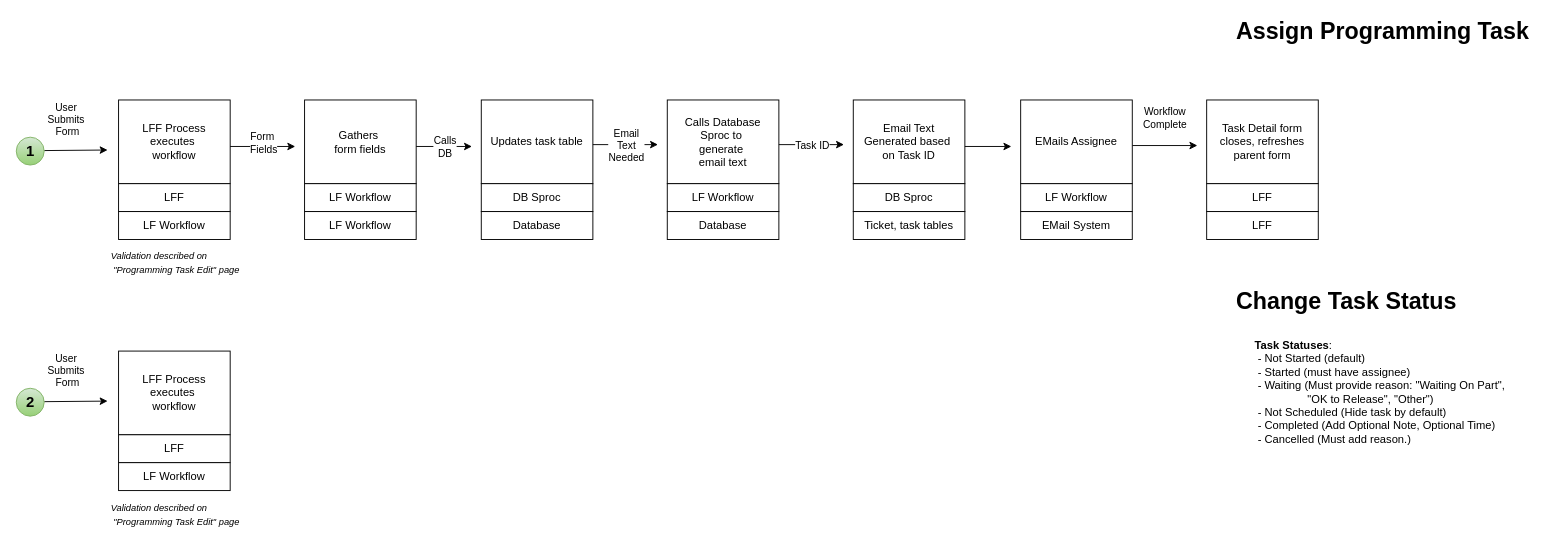
Earlier version of the draw.io diagram page "Assign Task" (3 of 6) of LFForms/MPM/Diagrams/UPN/Metrology Ticket System Processes.drawio (jeffreytwhitney/LFForms). Source tidied: cells renumbered, new cells numbered last; positions are measured from the earlier drawing's top-left corner, leaving out a move shared by most shapes. Both pictures are drawn from the tidied source at 93%, with x=0, y=0 at pixel (16, 16).
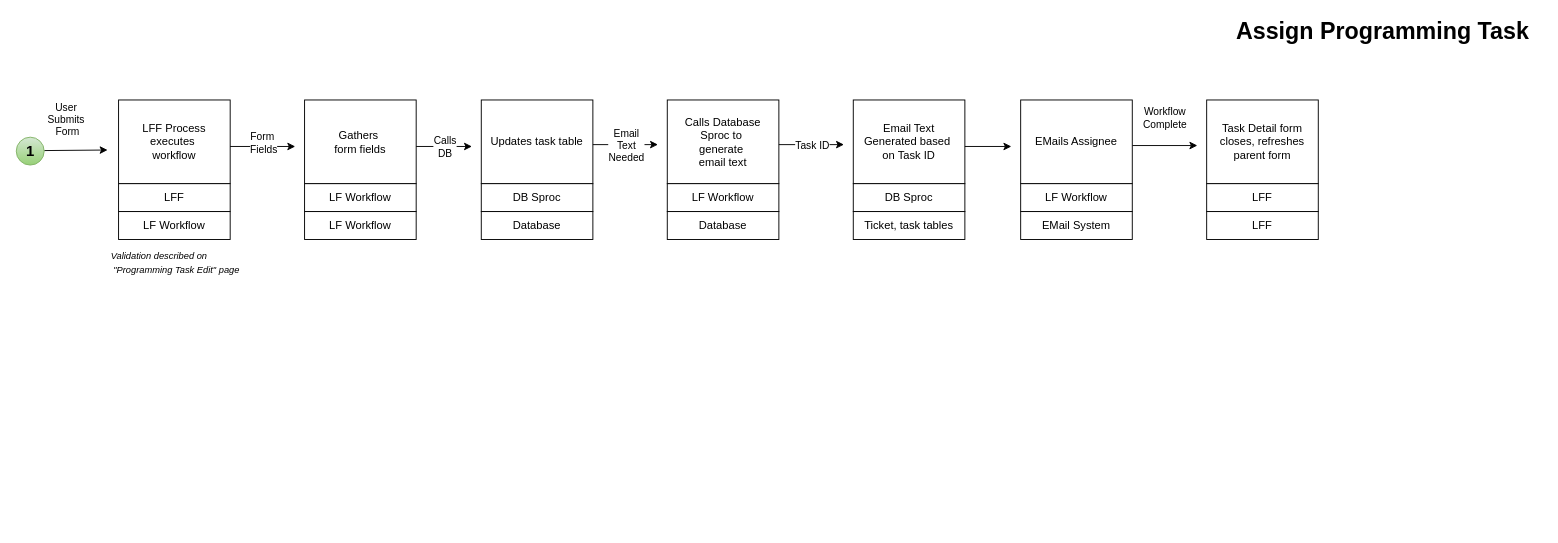
The same page after the edit.

The edit, as a diff of the source:
```diff
@@
-    <mxCell id="48" style="endArrow=classic;html=1;rounded=0;entryX=-0.015;entryY=0.598;entryDx=0;entryDy=0;entryPerimeter=0;" parent="1" edge="1">
-      <mxGeometry relative="1" as="geometry">
-        <mxPoint x="30" y="414.4" as="sourcePoint" />
-        <mxPoint x="98.2" y="413.8" as="targetPoint" />
-      </mxGeometry>
-    </mxCell>
-    <mxCell id="49" value="User&amp;nbsp;&lt;div&gt;Submits&amp;nbsp;&lt;/div&gt;&lt;div&gt;Form&lt;/div&gt;" style="edgeLabel;html=1;align=center;verticalAlign=middle;" parent="48" vertex="1">
-      <mxGeometry x="-0.02" y="-1" relative="1" as="geometry">
-        <mxPoint x="-9" y="-35" as="offset" />
-      </mxGeometry>
-    </mxCell>
-    <mxCell id="50" style="group;" parent="1" vertex="1">
-      <mxGeometry y="400" width="30" height="30" as="geometry" />
-    </mxCell>
-    <mxCell id="51" style="ellipse;whiteSpace=wrap;html=1;fillColor=#d5e8d4;gradientColor=#97d077;strokeColor=#82b366;" parent="50" vertex="1">
-      <mxGeometry width="30" height="30" as="geometry" />
-    </mxCell>
-    <mxCell id="52" value="&lt;font style=&quot;font-size: 16px;&quot;&gt;&lt;b&gt;2&lt;/b&gt;&lt;/font&gt;" style="text;html=1;align=center;verticalAlign=middle;" parent="50" vertex="1">
-      <mxGeometry width="30" height="30" as="geometry" />
-    </mxCell>
-    <mxCell id="53" style="group;" parent="1" vertex="1">
-      <mxGeometry x="110" y="360" width="120" height="150" as="geometry" />
-    </mxCell>
-    <mxCell id="54" value="LFF Process executes&amp;nbsp;&lt;div&gt;workflow&lt;/div&gt;" style="rounded=0;whiteSpace=wrap;html=1;" parent="53" vertex="1">
-      <mxGeometry width="120" height="90" as="geometry" />
-    </mxCell>
-    <mxCell id="55" value="LFF" style="rounded=0;whiteSpace=wrap;html=1;" parent="53" vertex="1">
-      <mxGeometry y="90" width="120" height="30" as="geometry" />
-    </mxCell>
-    <mxCell id="56" value="LF Workflow" style="rounded=0;whiteSpace=wrap;html=1;" parent="53" vertex="1">
-      <mxGeometry y="120" width="120" height="30" as="geometry" />
-    </mxCell>
-    <mxCell id="57" value="&lt;font style=&quot;font-size: 10px;&quot;&gt;Validation&amp;nbsp;&lt;span style=&quot;background-color: transparent; color: light-dark(rgb(0, 0, 0), rgb(255, 255, 255));&quot;&gt;described on&lt;/span&gt;&lt;/font&gt;&lt;div&gt;&lt;font style=&quot;font-size: 10px;&quot;&gt;&amp;nbsp;&quot;Programming Task Edit&quot; page&lt;/font&gt;&lt;/div&gt;" style="text;html=1;align=left;verticalAlign=middle;whiteSpace=wrap;rounded=0;fontStyle=2;" parent="1" vertex="1">
-      <mxGeometry x="100" y="520" width="150" height="30" as="geometry" />
-    </mxCell>
-    <mxCell id="58" value="&lt;font style=&quot;font-size: 25px;&quot;&gt;Change Task Status&lt;/font&gt;" style="text;html=1;align=left;verticalAlign=middle;whiteSpace=wrap;rounded=0;fontStyle=1;" parent="1" vertex="1">
-      <mxGeometry x="1310" y="290" width="250" height="30" as="geometry" />
-    </mxCell>
-    <mxCell id="59" value="&lt;b&gt;Task Statuses&lt;/b&gt;:&lt;div&gt;&amp;nbsp;- Not Started (default)&lt;/div&gt;&lt;div&gt;&amp;nbsp;- Started (must have assignee)&lt;/div&gt;&lt;div&gt;&amp;nbsp;- Waiting (Must provide reason: &quot;Waiting On Part&quot;,&amp;nbsp;&lt;/div&gt;&lt;div&gt;&lt;span style=&quot;white-space: pre;&quot;&gt;&#9;&lt;/span&gt;&lt;span style=&quot;white-space: pre;&quot;&gt;&#9;&lt;/span&gt;&amp;nbsp;&quot;OK to Release&quot;, &quot;Other&quot;)&lt;/div&gt;&lt;div&gt;&lt;span style=&quot;background-color: transparent; color: light-dark(rgb(0, 0, 0), rgb(255, 255, 255));&quot;&gt;&amp;nbsp;- Not Scheduled (Hide task by default)&lt;/span&gt;&lt;/div&gt;&lt;div&gt;&amp;nbsp;- Completed (Add Optional Note, Optional Time)&lt;/div&gt;&lt;div&gt;&amp;nbsp;- Cancelled (Must add reason.)&lt;/div&gt;" style="text;html=1;align=left;verticalAlign=top;whiteSpace=wrap;rounded=0;" parent="1" vertex="1">
-      <mxGeometry x="1330" y="340" width="310" height="130" as="geometry" />
-    </mxCell>
```
